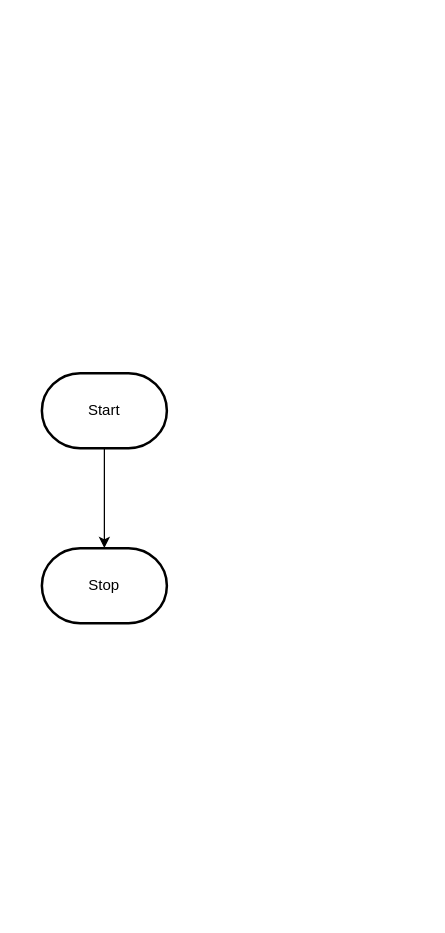
This is design/flowchart.drawio from MTHS-ICD2O-1-2023/ICD2O-Unit-6-04-Julianne-Leblanc-Peltier, a draw.io file, before an edit. Source tidied: cells renumbered, new cells numbered last; positions are measured from the earlier drawing's top-left corner, leaving out a move shared by most shapes. Both pictures are drawn from the tidied source at 125%, with x=0, y=0 at pixel (41, 372).
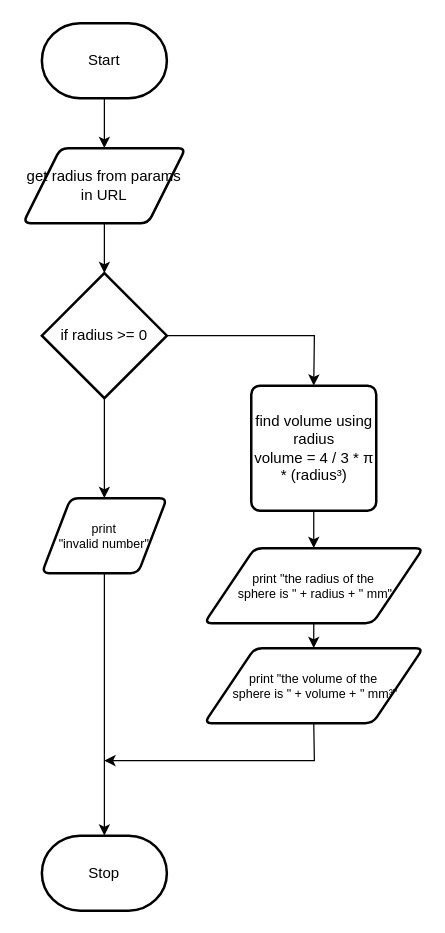
Above is the later version.

What changed in the source:
```diff
@@
-    <mxCell id="2" style="edgeStyle=orthogonalEdgeStyle;html=1;rounded=0;" parent="1" edge="1" source="3" target="4">
-      <mxGeometry relative="1" as="geometry" />
-    </mxCell>
+    <mxCell id="5" style="edgeStyle=none;html=1;exitX=0.5;exitY=1;exitDx=0;exitDy=0;exitPerimeter=0;entryX=0.5;entryY=0;entryDx=0;entryDy=0;" parent="1" edge="1" source="3" target="2">
+      <mxGeometry relative="1" as="geometry" />
+    </mxCell>
     <mxCell id="3" value="Start" style="strokeWidth=2;html=1;shape=mxgraph.flowchart.terminator;whiteSpace=wrap;" parent="1" vertex="1">
-      <mxGeometry width="100" height="60" as="geometry" />
+      <mxGeometry y="-280" width="100" height="60" as="geometry" />
     </mxCell>
     <mxCell id="4" value="Stop" style="strokeWidth=2;html=1;shape=mxgraph.flowchart.terminator;whiteSpace=wrap;" parent="1" vertex="1">
-      <mxGeometry y="140" width="100" height="60" as="geometry" />
+      <mxGeometry y="370" width="100" height="60" as="geometry" />
     </mxCell>
+    <mxCell id="6" style="edgeStyle=none;html=1;exitX=0.5;exitY=1;exitDx=0;exitDy=0;" parent="1" edge="1" source="2" target="9">
+      <mxGeometry relative="1" as="geometry" />
+    </mxCell>
+    <mxCell id="2" value="get radius from params in URL" style="shape=parallelogram;html=1;strokeWidth=2;perimeter=parallelogramPerimeter;whiteSpace=wrap;rounded=1;arcSize=12;size=0.23;" parent="1" vertex="1">
+      <mxGeometry x="-15" y="-180" width="130" height="60" as="geometry" />
+    </mxCell>
+    <mxCell id="7" style="edgeStyle=none;html=1;exitX=1;exitY=0.5;exitDx=0;exitDy=0;exitPerimeter=0;entryX=0.5;entryY=0;entryDx=0;entryDy=0;rounded=0;" parent="1" edge="1" source="9" target="11">
+      <mxGeometry relative="1" as="geometry">
+        <Array as="points">
+          <mxPoint x="218" y="-30" />
+        </Array>
+      </mxGeometry>
+    </mxCell>
+    <mxCell id="8" style="edgeStyle=none;rounded=0;html=1;exitX=0.5;exitY=1;exitDx=0;exitDy=0;exitPerimeter=0;entryX=0.5;entryY=0;entryDx=0;entryDy=0;fontSize=10;" parent="1" edge="1" source="9" target="17">
+      <mxGeometry relative="1" as="geometry" />
+    </mxCell>
+    <mxCell id="9" value="if radius &amp;gt;= 0" style="strokeWidth=2;html=1;shape=mxgraph.flowchart.decision;whiteSpace=wrap;" parent="1" vertex="1">
+      <mxGeometry y="-80" width="100" height="100" as="geometry" />
+    </mxCell>
+    <mxCell id="10" style="edgeStyle=none;rounded=0;html=1;exitX=0.5;exitY=1;exitDx=0;exitDy=0;entryX=0.5;entryY=0;entryDx=0;entryDy=0;" parent="1" edge="1" source="11" target="13">
+      <mxGeometry relative="1" as="geometry" />
+    </mxCell>
+    <mxCell id="11" value="find volume using radius&lt;br&gt;volume = 4 / 3 * π * (radius³)" style="rounded=1;whiteSpace=wrap;html=1;absoluteArcSize=1;arcSize=14;strokeWidth=2;" parent="1" vertex="1">
+      <mxGeometry x="167.5" y="10" width="100" height="100" as="geometry" />
+    </mxCell>
+    <mxCell id="12" style="edgeStyle=none;rounded=0;html=1;exitX=0.5;exitY=1;exitDx=0;exitDy=0;entryX=0.5;entryY=0;entryDx=0;entryDy=0;" parent="1" edge="1" source="13" target="15">
+      <mxGeometry relative="1" as="geometry" />
+    </mxCell>
+    <mxCell id="13" value="print &quot;the radius of the&lt;br&gt;&amp;nbsp;sphere is &quot; + radius + &quot; mm&quot;" style="shape=parallelogram;html=1;strokeWidth=2;perimeter=parallelogramPerimeter;whiteSpace=wrap;rounded=1;arcSize=12;size=0.23;fontSize=10;" parent="1" vertex="1">
+      <mxGeometry x="130" y="140" width="175" height="60" as="geometry" />
+    </mxCell>
+    <mxCell id="14" style="edgeStyle=none;rounded=0;html=1;exitX=0.5;exitY=1;exitDx=0;exitDy=0;fontSize=10;" parent="1" edge="1" source="15">
+      <mxGeometry relative="1" as="geometry">
+        <mxPoint x="50" y="310" as="targetPoint" />
+        <Array as="points">
+          <mxPoint x="218" y="310" />
+        </Array>
+      </mxGeometry>
+    </mxCell>
+    <mxCell id="15" value="print &quot;the volume of the&lt;br style=&quot;font-size: 10px;&quot;&gt;&amp;nbsp;sphere is &quot; + volume + &quot; mm³&quot;" style="shape=parallelogram;html=1;strokeWidth=2;perimeter=parallelogramPerimeter;whiteSpace=wrap;rounded=1;arcSize=12;size=0.23;fontSize=10;" parent="1" vertex="1">
+      <mxGeometry x="130" y="220" width="175" height="60" as="geometry" />
+    </mxCell>
+    <mxCell id="16" style="edgeStyle=none;rounded=0;html=1;exitX=0.5;exitY=1;exitDx=0;exitDy=0;entryX=0.5;entryY=0;entryDx=0;entryDy=0;entryPerimeter=0;fontSize=10;" parent="1" edge="1" source="17" target="4">
+      <mxGeometry relative="1" as="geometry" />
+    </mxCell>
+    <mxCell id="17" value="print &lt;br&gt;&quot;invalid number&quot;" style="shape=parallelogram;html=1;strokeWidth=2;perimeter=parallelogramPerimeter;whiteSpace=wrap;rounded=1;arcSize=12;size=0.23;fontSize=10;" parent="1" vertex="1">
+      <mxGeometry y="100" width="100" height="60" as="geometry" />
+    </mxCell>
```
